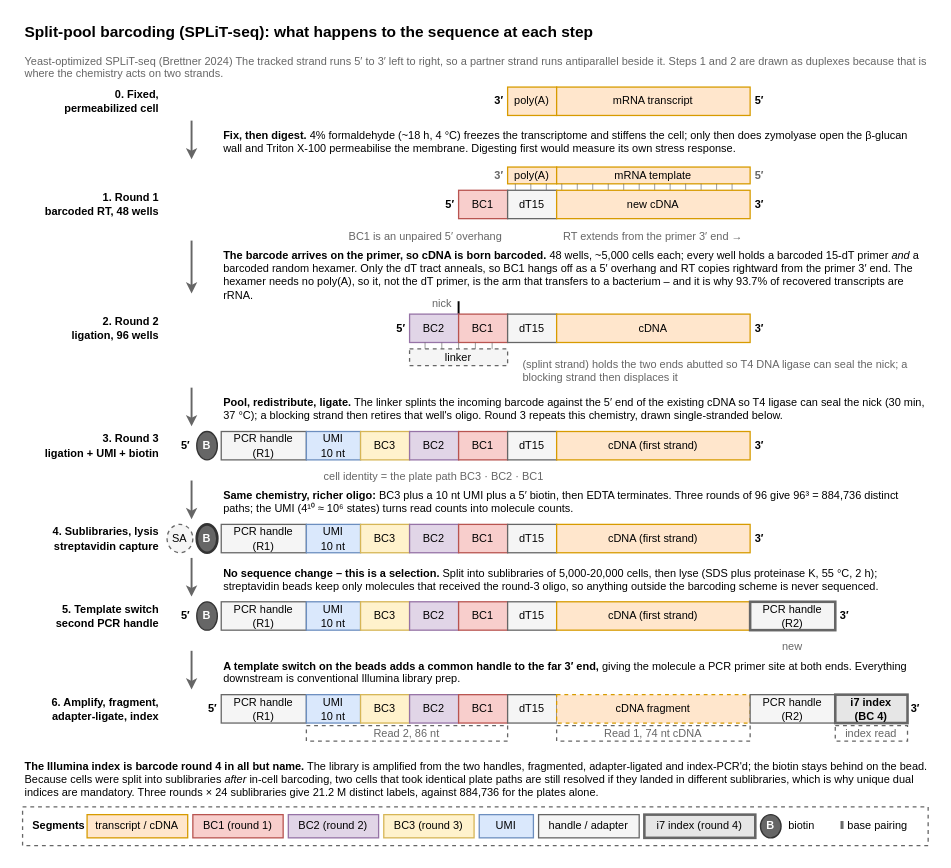
Mjvolk3/torchcell keeps this draw.io diagram as notes/assets/drawio/splitseq-barcoding.drawio. Above is the earlier version. Source tidied: cells renumbered, new cells numbered last; positions are measured from the earlier drawing's top-left corner, leaving out a move shared by most shapes. Both pictures are drawn from the tidied source at 129%, with x=0, y=0 at pixel (22, 22).
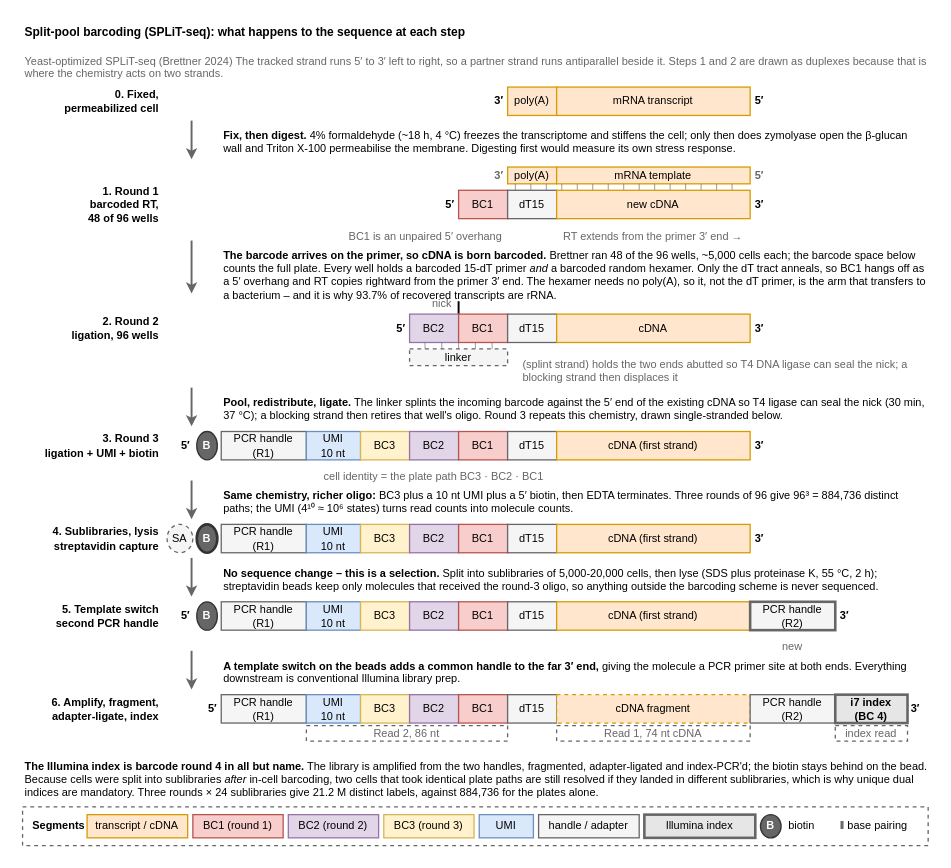
The same diagram, later.

Change to the diagram source:
```diff
@@
-    <mxCell id="2" value="Split-pool barcoding (SPLiT-seq): what happens to the sequence at each step" style="text;html=1;whiteSpace=wrap;align=left;verticalAlign=middle;fontFamily=Arial;fontSize=12;fontStyle=1;fontColor=#000000;" parent="1" vertex="1">
+    <mxCell id="2" value="Split-pool barcoding (SPLiT-seq): what happens to the sequence at each step" style="text;html=1;whiteSpace=wrap;align=left;verticalAlign=middle;fontFamily=Arial;fontSize=9.3;fontStyle=1;fontColor=#000000;" parent="1" vertex="1">
       <mxGeometry width="702" height="15" as="geometry" />
     </mxCell>
@@
-    <mxCell id="11" value="1. Round 1&#10;barcoded RT, 48 wells" style="text;html=1;whiteSpace=wrap;align=right;verticalAlign=middle;fontFamily=Arial;fontSize=8.5;fontStyle=1;" parent="1" vertex="1">
+    <mxCell id="11" value="1. Round 1&#10;barcoded RT,&#10;48 of 96 wells" style="text;html=1;whiteSpace=wrap;align=right;verticalAlign=middle;fontFamily=Arial;fontSize=8.5;fontStyle=1;" parent="1" vertex="1">
       <mxGeometry y="130" width="108" height="22" as="geometry" />
     </mxCell>
@@
-    <mxCell id="39" value="&lt;b&gt;The barcode arrives on the primer, so cDNA is born barcoded.&lt;/b&gt; 48 wells, ~5,000 cells each; every well holds a barcoded 15-dT primer &lt;i&gt;and&lt;/i&gt; a barcoded random hexamer. Only the dT tract anneals, so BC1 hangs off as a 5′ overhang and RT copies rightward from the primer 3′ end. The hexamer needs no poly(A), so it, not the dT primer, is the arm that transfers to a bacterium – and it is why 93.7% of recovered transcripts are rRNA." style="text;html=1;whiteSpace=wrap;align=left;verticalAlign=top;fontFamily=Arial;fontSize=8.5;" parent="1" vertex="1">
+    <mxCell id="39" value="&lt;b&gt;The barcode arrives on the primer, so cDNA is born barcoded.&lt;/b&gt; Brettner ran 48 of the 96 wells, ~5,000 cells each; the barcode space below counts the full plate. Every well holds a barcoded 15-dT primer &lt;i&gt;and&lt;/i&gt; a barcoded random hexamer. Only the dT tract anneals, so BC1 hangs off as a 5′ overhang and RT copies rightward from the primer 3′ end. The hexamer needs no poly(A), so it, not the dT primer, is the arm that transfers to a bacterium – and it is why 93.7% of recovered transcripts are rRNA." style="text;html=1;whiteSpace=wrap;align=left;verticalAlign=top;fontFamily=Arial;fontSize=8.5;" parent="1" vertex="1">
       <mxGeometry x="154" y="169" width="548" height="35" as="geometry" />
     </mxCell>
@@
-    <mxCell id="124" value="i7 index (round 4)" style="rounded=0;whiteSpace=wrap;html=1;fillColor=#E6E6E6;strokeColor=#666666;strokeWidth=2;fontFamily=Arial;fontSize=8.5;" parent="1" vertex="1">
+    <mxCell id="124" value="Illumina index" style="rounded=0;whiteSpace=wrap;html=1;fillColor=#E6E6E6;strokeColor=#666666;strokeWidth=2;fontFamily=Arial;fontSize=8.5;" parent="1" vertex="1">
       <mxGeometry x="482" y="614" width="86" height="18" as="geometry" />
     </mxCell>
```
